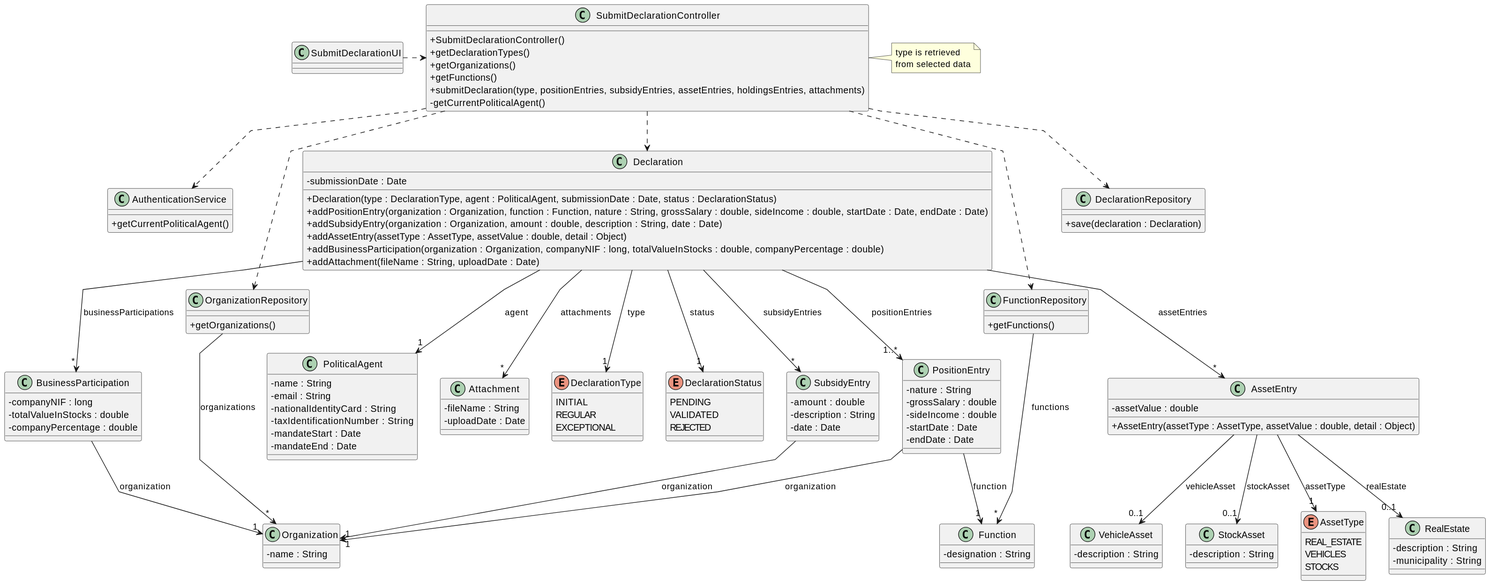
This is docs/system-documentation/US06/03.design/svg/US06-CD.svg from brunodspinto/crystal-clear-platform, a PlantUML export, as it was before one commit. Its diagram source:
```plantuml
@startuml
skinparam packageStyle rectangle
skinparam shadowing false
skinparam linetype polyline
skinparam classAttributeIconSize 0

class SubmitDeclarationUI {
}

class SubmitDeclarationController {
    + SubmitDeclarationController()
    + getDeclarationTypes()
    + getOrganizations()
    + getFunctions()
    + submitDeclaration(type, positionEntries, subsidyEntries, assetEntries, holdingsEntries, attachments)
    - getCurrentPoliticalAgent()
}

class AuthenticationService {
    + getCurrentPoliticalAgent()
}

class OrganizationRepository {
    + getOrganizations()
}

class FunctionRepository {
    + getFunctions()
}

class DeclarationRepository {
    + save(declaration : Declaration)
}

class PoliticalAgent {
    - name : String
    - email : String
    - nationalIdentityCard : String
    - taxIdentificationNumber : String
    - mandateStart : Date
    - mandateEnd : Date
}

class Declaration {
    - submissionDate : Date
    + Declaration(type : DeclarationType, agent : PoliticalAgent, submissionDate : Date, status : DeclarationStatus)
    + addPositionEntry(organization : Organization, function : Function, nature : String, grossSalary : double, sideIncome : double, startDate : Date, endDate : Date)
    + addSubsidyEntry(organization : Organization, amount : double, description : String, date : Date)
    + addAssetEntry(assetType : AssetType, assetValue : double, detail : Object)
    + addBusinessParticipation(organization : Organization, companyNIF : long, totalValueInStocks : double, companyPercentage : double)
    + addAttachment(fileName : String, uploadDate : Date)
}

class PositionEntry {
    - nature : String
    - grossSalary : double
    - sideIncome : double
    - startDate : Date
    - endDate : Date
}

class SubsidyEntry {
    - amount : double
    - description : String
    - date : Date
}

class AssetEntry {
    - assetValue : double
    + AssetEntry(assetType : AssetType, assetValue : double, detail : Object)
}

class RealEstate {
    - description : String
    - municipality : String
}

class VehicleAsset {
    - description : String
}

class StockAsset {
    - description : String
}

class BusinessParticipation {
    - companyNIF : long
    - totalValueInStocks : double
    - companyPercentage : double
}

class Organization {
    - name : String
}

class Function {
    - designation : String
}

class Attachment {
    - fileName : String
    - uploadDate : Date
}

enum DeclarationType {
    INITIAL
    REGULAR
    EXCEPTIONAL
}

enum DeclarationStatus {
    PENDING
    VALIDATED
    REJECTED
}

enum AssetType {
    REAL_ESTATE
    VEHICLES
    STOCKS
}

note right of SubmitDeclarationController
    type is retrieved
    from selected data
end note

SubmitDeclarationUI .> SubmitDeclarationController

SubmitDeclarationController ..> AuthenticationService
SubmitDeclarationController ..> OrganizationRepository
SubmitDeclarationController ..> FunctionRepository
SubmitDeclarationController ..> DeclarationRepository
SubmitDeclarationController ..> Declaration

OrganizationRepository --> "*" Organization : organizations
FunctionRepository --> "*" Function : functions

Declaration --> "1" PoliticalAgent : agent
Declaration --> "1" DeclarationType : type
Declaration --> "1" DeclarationStatus : status
Declaration --> "1..*" PositionEntry : positionEntries
Declaration --> "*" SubsidyEntry : subsidyEntries
Declaration --> "*" AssetEntry : assetEntries
Declaration --> "*" BusinessParticipation : businessParticipations
Declaration --> "*" Attachment : attachments

PositionEntry --> "1" Organization : organization
PositionEntry --> "1" Function : function

SubsidyEntry --> "1" Organization : organization

AssetEntry --> "1" AssetType : assetType
AssetEntry --> "0..1" RealEstate : realEstate
AssetEntry --> "0..1" VehicleAsset : vehicleAsset
AssetEntry --> "0..1" StockAsset : stockAsset

BusinessParticipation --> "1" Organization : organization
@enduml
```
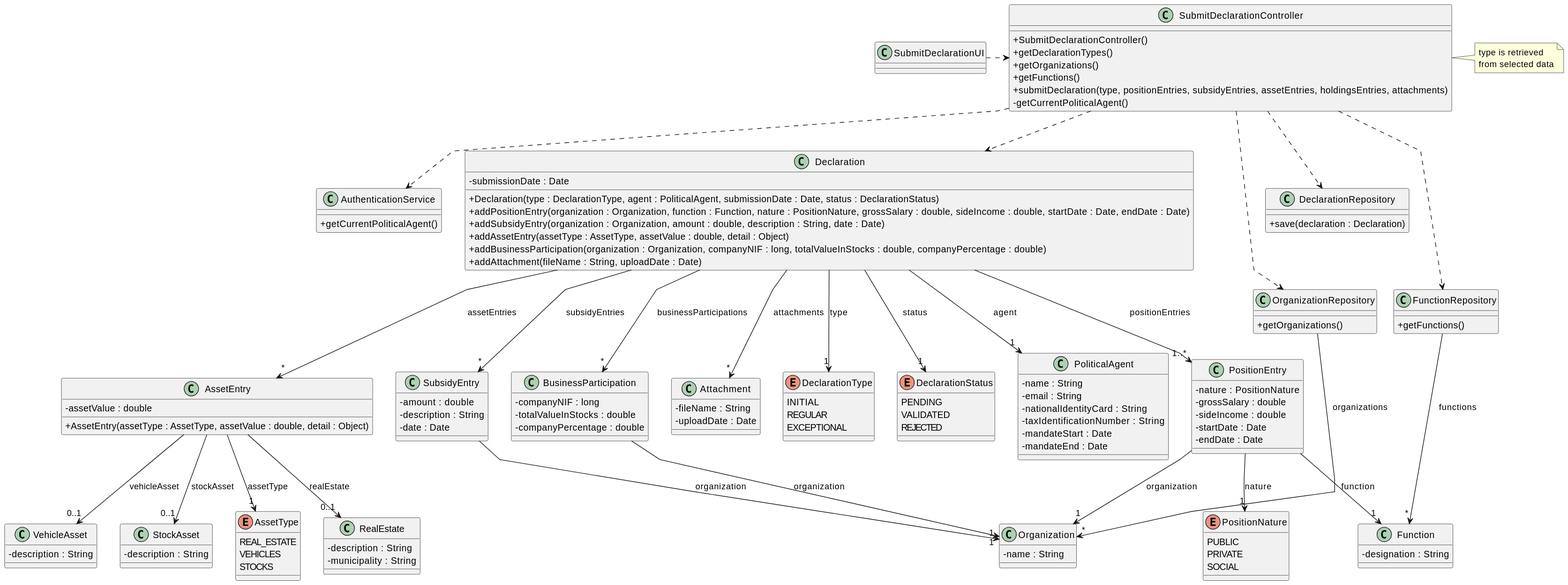
Above is the later version.

Commit message:
Altered the positionEntry nature to be AN Enum, as it makes more sense than it being a String (In Documentation).

Change to the diagram source:
```diff
@@ -44,7 +44,7 @@
 class Declaration {
     - submissionDate : Date
     + Declaration(type : DeclarationType, agent : PoliticalAgent, submissionDate : Date, status : DeclarationStatus)
-    + addPositionEntry(organization : Organization, function : Function, nature : String, grossSalary : double, sideIncome : double, startDate : Date, endDate : Date)
+    + addPositionEntry(organization : Organization, function : Function, nature : PositionNature, grossSalary : double, sideIncome : double, startDate : Date, endDate : Date)
     + addSubsidyEntry(organization : Organization, amount : double, description : String, date : Date)
     + addAssetEntry(assetType : AssetType, assetValue : double, detail : Object)
     + addBusinessParticipation(organization : Organization, companyNIF : long, totalValueInStocks : double, companyPercentage : double)
@@ -52,7 +52,7 @@
 }
 
 class PositionEntry {
-    - nature : String
+    - nature : PositionNature
     - grossSalary : double
     - sideIncome : double
     - startDate : Date
@@ -120,6 +120,12 @@
     STOCKS
 }
 
+enum PositionNature {
+    PUBLIC
+    PRIVATE
+    SOCIAL
+}
+
 note right of SubmitDeclarationController
     type is retrieved
     from selected data
@@ -147,6 +153,7 @@
 
 PositionEntry --> "1" Organization : organization
 PositionEntry --> "1" Function : function
+PositionEntry --> "1" PositionNature : nature
 
 SubsidyEntry --> "1" Organization : organization
 
```
